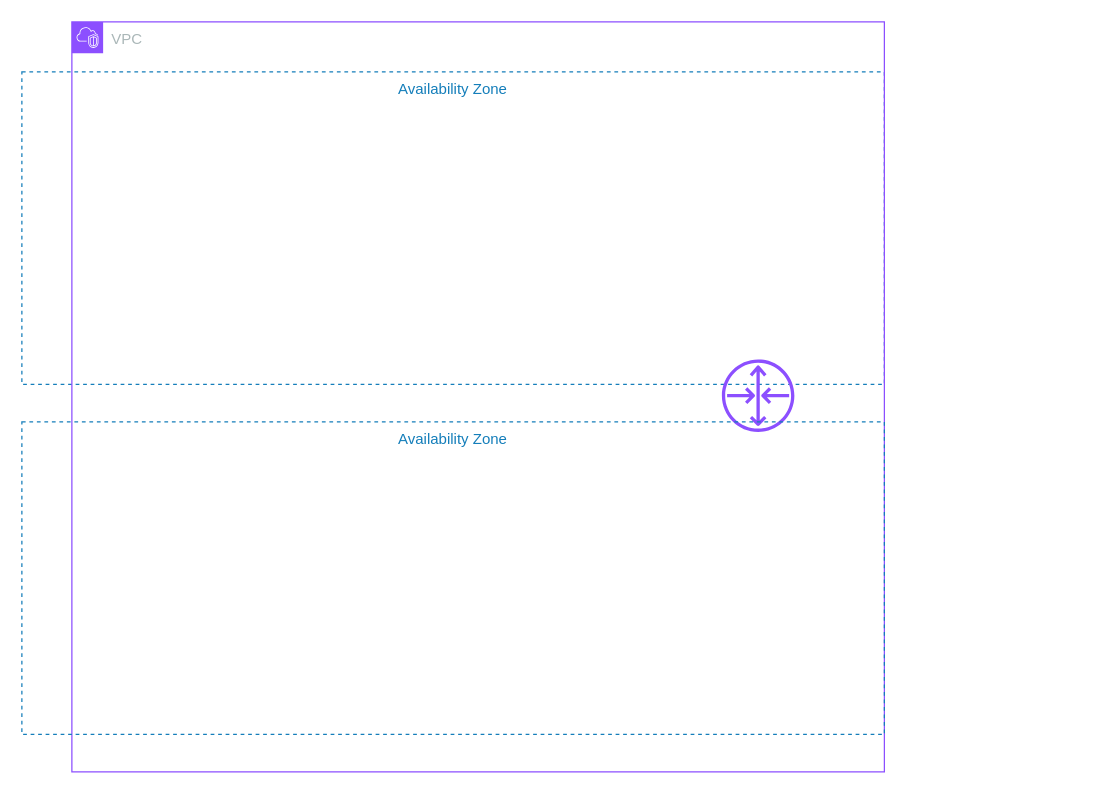
Above: src/main/resources/Untitled Diagram.drawio in markash/GymBuddie (draw.io), before the change. Source tidied: cells renumbered, new cells numbered last; positions are measured from the earlier drawing's top-left corner, leaving out a move shared by most shapes. Both pictures are drawn from the tidied source at 125%, with x=0, y=0 at pixel (21, 21).
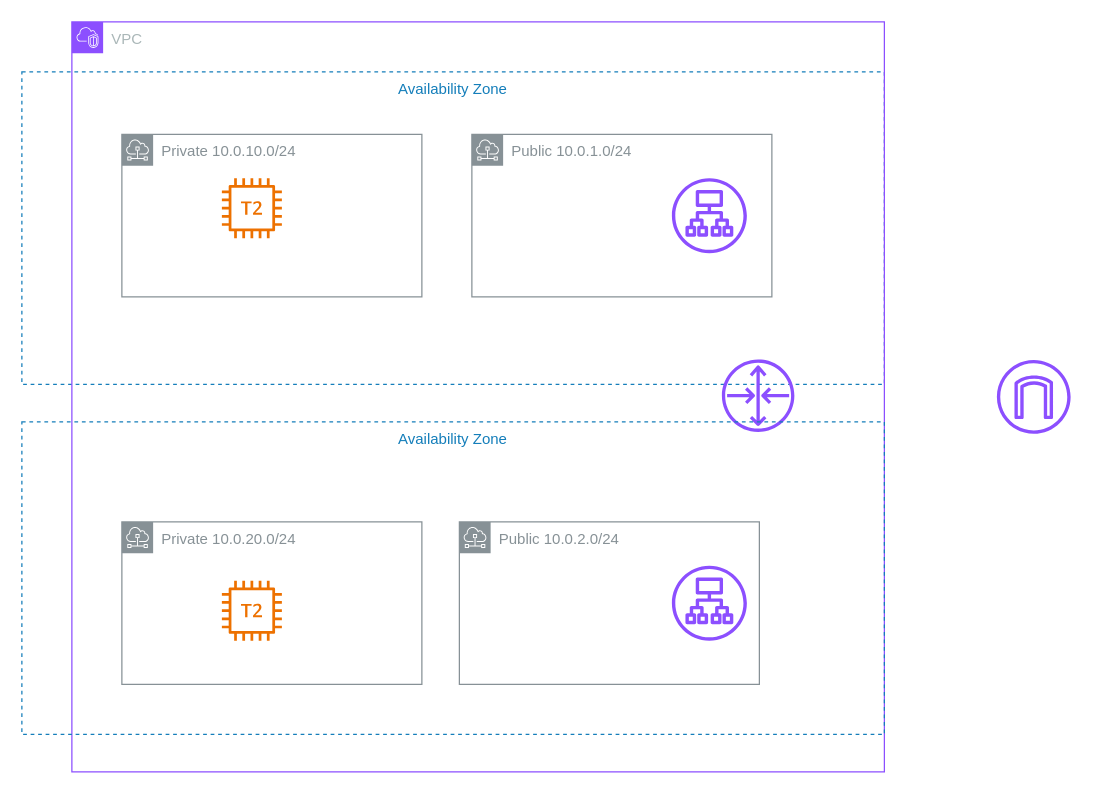
Above is the later version.

Commit message:
Basic network design

The edit, as a diff of the source:
```diff
@@
 <mxGraphModel>
   <root>
     <mxCell id="0" />
     <mxCell id="1" parent="0" />
     <mxCell id="2" value="Availability Zone" style="fillColor=none;strokeColor=#147EBA;dashed=1;verticalAlign=top;fontStyle=0;fontColor=#147EBA;whiteSpace=wrap;html=1;" parent="1" vertex="1">
       <mxGeometry y="40" width="690" height="250" as="geometry" />
     </mxCell>
     <mxCell id="3" value="VPC" style="gradientColor=none;html=1;whiteSpace=wrap;fontSize=12;fontStyle=0;shape=mxgraph.aws4.group;grIcon=mxgraph.aws4.group_vpc2;strokeColor=#8C4FFF;fillColor=none;verticalAlign=top;align=left;spacingLeft=30;fontColor=#AAB7B8;dashed=0;" parent="1" vertex="1">
       <mxGeometry x="40" width="650" height="600" as="geometry" />
     </mxCell>
     <mxCell id="4" style="sketch=0;fontColor=#232F3E;gradientColor=none;fillColor=#8C4FFF;strokeColor=none;dashed=0;verticalLabelPosition=bottom;verticalAlign=top;align=center;html=1;fontSize=12;fontStyle=0;shape=mxgraph.aws4.router;" parent="3" vertex="1">
       <mxGeometry x="520" y="270" width="58" height="58" as="geometry" />
     </mxCell>
     <mxCell id="5" value="Availability Zone" style="fillColor=none;strokeColor=#147EBA;dashed=1;verticalAlign=top;fontStyle=0;fontColor=#147EBA;whiteSpace=wrap;html=1;" parent="3" vertex="1">
       <mxGeometry x="-40" y="320" width="690" height="250" as="geometry" />
     </mxCell>
+    <mxCell id="6" value="Public 10.0.2.0/24" style="sketch=0;gradientColor=none;html=1;whiteSpace=wrap;fontSize=12;fontStyle=0;shape=mxgraph.aws4.group;grIcon=mxgraph.aws4.group_subnet;strokeColor=#879196;fillColor=none;verticalAlign=top;align=left;spacingLeft=30;fontColor=#879196;dashed=0;" parent="3" vertex="1">
+      <mxGeometry x="310" y="400" width="240" height="130" as="geometry" />
+    </mxCell>
+    <mxCell id="7" value="Private 10.0.20.0/24" style="sketch=0;gradientColor=none;html=1;whiteSpace=wrap;fontSize=12;fontStyle=0;shape=mxgraph.aws4.group;grIcon=mxgraph.aws4.group_subnet;strokeColor=#879196;fillColor=none;verticalAlign=top;align=left;spacingLeft=30;fontColor=#879196;dashed=0;" parent="3" vertex="1">
+      <mxGeometry x="40" y="400" width="240" height="130" as="geometry" />
+    </mxCell>
+    <mxCell id="8" style="sketch=0;fontColor=#232F3E;gradientColor=none;fillColor=#8C4FFF;strokeColor=none;dashed=0;verticalLabelPosition=bottom;verticalAlign=top;align=center;html=1;fontSize=12;fontStyle=0;shape=mxgraph.aws4.application_load_balancer;" parent="3" vertex="1">
+      <mxGeometry x="480" y="435" width="60" height="60" as="geometry" />
+    </mxCell>
+    <mxCell id="9" style="sketch=0;fontColor=#232F3E;gradientColor=none;fillColor=#ED7100;strokeColor=none;dashed=0;verticalLabelPosition=bottom;verticalAlign=top;align=center;html=1;fontSize=12;fontStyle=0;shape=mxgraph.aws4.t2_instance;" parent="3" vertex="1">
+      <mxGeometry x="120" y="447" width="48" height="48" as="geometry" />
+    </mxCell>
+    <mxCell id="10" value="Public 10.0.1.0/24" style="sketch=0;gradientColor=none;html=1;whiteSpace=wrap;fontSize=12;fontStyle=0;shape=mxgraph.aws4.group;grIcon=mxgraph.aws4.group_subnet;strokeColor=#879196;fillColor=none;verticalAlign=top;align=left;spacingLeft=30;fontColor=#879196;dashed=0;" parent="1" vertex="1">
+      <mxGeometry x="360" y="90" width="240" height="130" as="geometry" />
+    </mxCell>
+    <mxCell id="11" value="Private 10.0.10.0/24" style="sketch=0;gradientColor=none;html=1;whiteSpace=wrap;fontSize=12;fontStyle=0;shape=mxgraph.aws4.group;grIcon=mxgraph.aws4.group_subnet;strokeColor=#879196;fillColor=none;verticalAlign=top;align=left;spacingLeft=30;fontColor=#879196;dashed=0;" parent="1" vertex="1">
+      <mxGeometry x="80" y="90" width="240" height="130" as="geometry" />
+    </mxCell>
+    <mxCell id="12" style="sketch=0;fontColor=#232F3E;gradientColor=none;fillColor=#8C4FFF;strokeColor=none;dashed=0;verticalLabelPosition=bottom;verticalAlign=top;align=center;html=1;fontSize=12;fontStyle=0;shape=mxgraph.aws4.internet_gateway;" parent="1" vertex="1">
+      <mxGeometry x="780" y="270.5" width="59" height="59" as="geometry" />
+    </mxCell>
+    <mxCell id="13" style="sketch=0;fontColor=#232F3E;gradientColor=none;fillColor=#8C4FFF;strokeColor=none;dashed=0;verticalLabelPosition=bottom;verticalAlign=top;align=center;html=1;fontSize=12;fontStyle=0;shape=mxgraph.aws4.application_load_balancer;" parent="1" vertex="1">
+      <mxGeometry x="520" y="125" width="60" height="60" as="geometry" />
+    </mxCell>
+    <mxCell id="14" style="sketch=0;fontColor=#232F3E;gradientColor=none;fillColor=#ED7100;strokeColor=none;dashed=0;verticalLabelPosition=bottom;verticalAlign=top;align=center;html=1;fontSize=12;fontStyle=0;shape=mxgraph.aws4.t2_instance;" parent="1" vertex="1">
+      <mxGeometry x="160" y="125" width="48" height="48" as="geometry" />
+    </mxCell>
   </root>
 </mxGraphModel>
```
